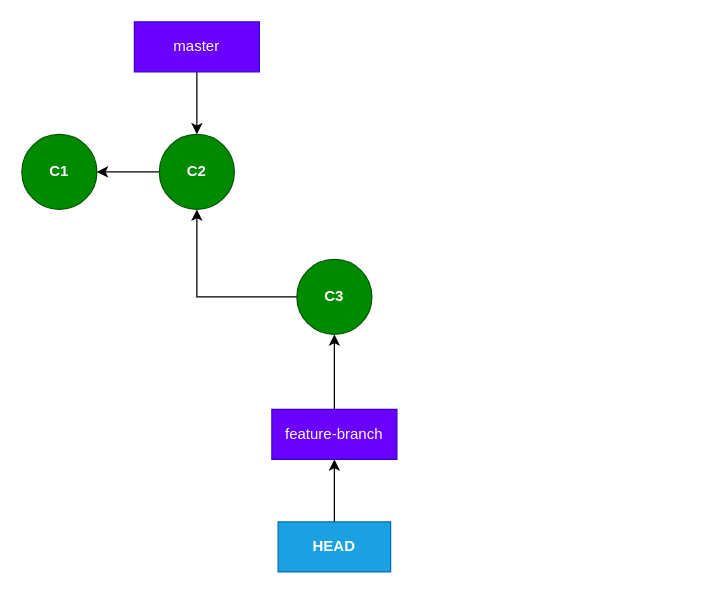
This is drawio/c3.drawio from gbroques/git-internals-presentation, a draw.io file, before an edit. Source tidied: cells renumbered, new cells numbered last; positions are measured from the earlier drawing's top-left corner, leaving out a move shared by most shapes. Both pictures are drawn from the tidied source at 125%, with x=0, y=0 at pixel (21, 21).
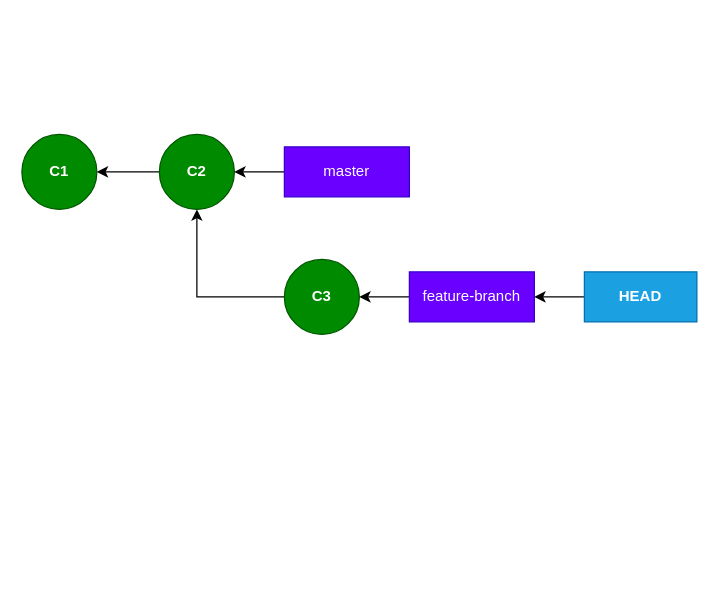
After the change.

What changed in the source:
```diff
@@
 <mxGraphModel>
   <root>
     <mxCell id="0" />
     <mxCell id="1" parent="0" />
     <mxCell id="2" value="C1" style="ellipse;whiteSpace=wrap;html=1;fillColor=#008a00;strokeColor=#005700;fontColor=#ffffff;fontStyle=1;" parent="1" vertex="1">
       <mxGeometry y="90" width="60" height="60" as="geometry" />
     </mxCell>
-    <mxCell id="3" style="edgeStyle=orthogonalEdgeStyle;rounded=0;jettySize=auto;html=1;entryX=0.5;entryY=1;entryDx=0;entryDy=0;" parent="1" edge="1" source="4" target="10">
+    <mxCell id="3" style="edgeStyle=none;html=1;entryX=1;entryY=0.5;entryDx=0;entryDy=0;" parent="1" edge="1" source="4" target="10">
       <mxGeometry relative="1" as="geometry" />
     </mxCell>
     <mxCell id="4" value="&lt;b&gt;HEAD&lt;/b&gt;" style="rounded=0;whiteSpace=wrap;html=1;fillColor=#1ba1e2;strokeColor=#006EAF;fontColor=#ffffff;" parent="1" vertex="1">
-      <mxGeometry x="205" y="400" width="90" height="40" as="geometry" />
+      <mxGeometry x="450" y="200" width="90" height="40" as="geometry" />
     </mxCell>
     <mxCell id="5" style="edgeStyle=orthogonalEdgeStyle;rounded=0;jettySize=auto;html=1;" parent="1" edge="1" source="6" target="2">
       <mxGeometry relative="1" as="geometry" />
     </mxCell>
     <mxCell id="6" value="C2" style="ellipse;whiteSpace=wrap;html=1;fillColor=#008a00;strokeColor=#005700;fontColor=#ffffff;fontStyle=1;" parent="1" vertex="1">
       <mxGeometry x="110" y="90" width="60" height="60" as="geometry" />
     </mxCell>
     <mxCell id="7" style="edgeStyle=orthogonalEdgeStyle;rounded=0;jettySize=auto;html=1;entryX=0.5;entryY=1;entryDx=0;entryDy=0;" parent="1" edge="1" source="8" target="6">
       <mxGeometry relative="1" as="geometry" />
     </mxCell>
     <mxCell id="8" value="C3" style="ellipse;whiteSpace=wrap;html=1;fillColor=#008a00;strokeColor=#005700;fontColor=#ffffff;fontStyle=1;" parent="1" vertex="1">
-      <mxGeometry x="220" y="190" width="60" height="60" as="geometry" />
+      <mxGeometry x="210" y="190" width="60" height="60" as="geometry" />
     </mxCell>
-    <mxCell id="9" style="edgeStyle=orthogonalEdgeStyle;rounded=0;jettySize=auto;html=1;entryX=0.5;entryY=1;entryDx=0;entryDy=0;" parent="1" edge="1" source="10" target="8">
+    <mxCell id="9" style="edgeStyle=none;html=1;entryX=1;entryY=0.5;entryDx=0;entryDy=0;" parent="1" edge="1" source="10" target="8">
       <mxGeometry relative="1" as="geometry" />
     </mxCell>
     <mxCell id="10" value="feature-branch" style="rounded=0;whiteSpace=wrap;html=1;fillColor=#6a00ff;strokeColor=#3700CC;fontColor=#ffffff;" parent="1" vertex="1">
-      <mxGeometry x="200" y="310" width="100" height="40" as="geometry" />
+      <mxGeometry x="310" y="200" width="100" height="40" as="geometry" />
     </mxCell>
-    <mxCell id="11" style="edgeStyle=orthogonalEdgeStyle;rounded=0;jettySize=auto;html=1;entryX=0.5;entryY=0;entryDx=0;entryDy=0;" parent="1" edge="1" source="12" target="6">
+    <mxCell id="11" style="edgeStyle=none;html=1;entryX=1;entryY=0.5;entryDx=0;entryDy=0;" parent="1" edge="1" source="12" target="6">
       <mxGeometry relative="1" as="geometry" />
     </mxCell>
     <mxCell id="12" value="master" style="rounded=0;whiteSpace=wrap;html=1;fillColor=#6a00ff;strokeColor=#3700CC;fontColor=#ffffff;" parent="1" vertex="1">
-      <mxGeometry x="90" width="100" height="40" as="geometry" />
+      <mxGeometry x="210" y="100" width="100" height="40" as="geometry" />
     </mxCell>
   </root>
 </mxGraphModel>
```
